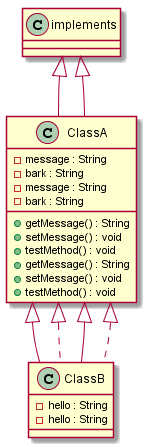
Above: JavaUMLParser/src/test/resources/Test-Case-3/output.png in MeenakshiParyani/CMPE-202 (PlantUML), before the change.
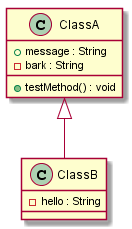
After the change.

What changed in the source:
```diff
@@ -1,25 +1,11 @@
-@startuml
-class ClassA extends  implements  {
- -message : String
+@startumlleft to right direction
+class ClassA {
+ +message : String
  -bark : String
- +getMessage() : String
- +setMessage() : void
  +testMethod() : void
 }
 
-class ClassB extends ClassA implements ClassA {
- -hello : String
-}
-
-class ClassA extends  implements  {
- -message : String
- -bark : String
- +getMessage() : String
- +setMessage() : void
- +testMethod() : void
-}
-
-class ClassB extends ClassA implements ClassA {
+class ClassB extends ClassA {
  -hello : String
 }
 
```
